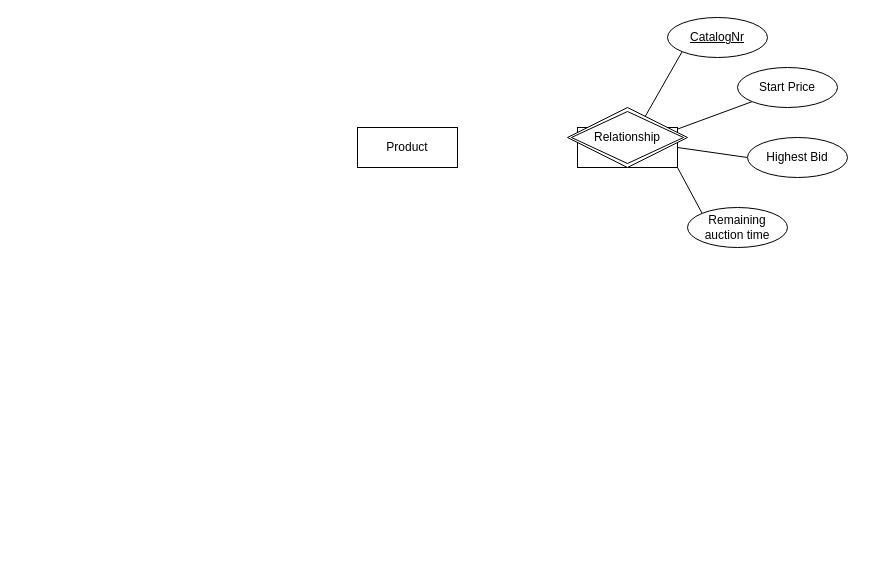
Above: page "Step 2 - The ERM" (2 of 4) of exercise3.drawio in KateKatze/07.03_SQL (draw.io), before the change. Source tidied: cells renumbered, new cells numbered last; positions are measured from the earlier drawing's top-left corner, leaving out a move shared by most shapes. Both pictures are drawn from the tidied source at 100%, with x=0, y=0 at pixel (357, 17).
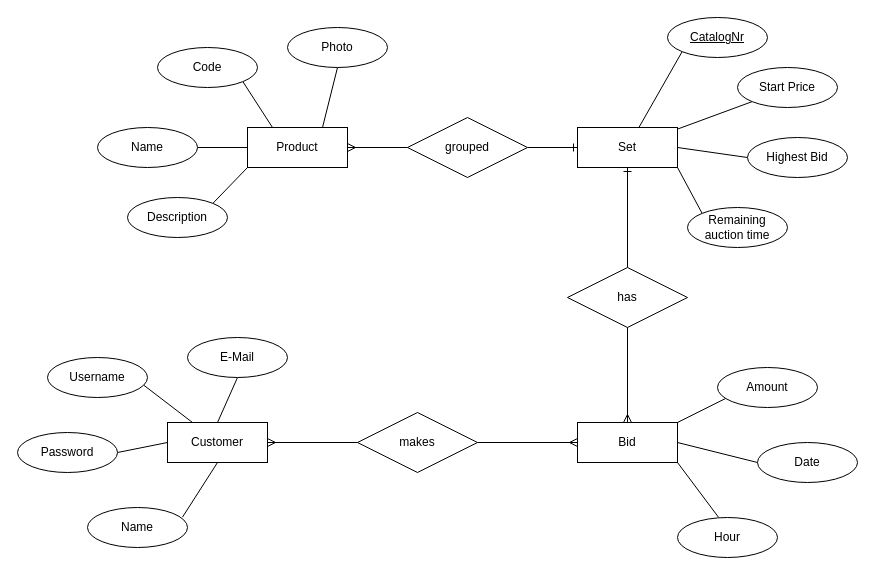
After the change.

Unchanged cells that the change refers to:
```xml
<mxCell id="2" value="Set" style="whiteSpace=wrap;html=1;align=center;" parent="1" vertex="1">
  <mxGeometry x="220" y="110" width="100" height="40" as="geometry" />
</mxCell>
```

Diff of the diagram source:
```diff
@@
+    <mxCell id="13" style="edgeStyle=none;html=1;endArrow=none;endFill=0;startArrow=ERone;startFill=0;" parent="1" edge="1" source="2" target="15">
+      <mxGeometry relative="1" as="geometry" />
+    </mxCell>
@@
+    <mxCell id="14" style="edgeStyle=none;html=1;endArrow=none;endFill=0;startArrow=ERmany;startFill=0;" parent="1" edge="1" source="11" target="15">
+      <mxGeometry relative="1" as="geometry" />
+    </mxCell>
     <mxCell id="11" value="Product" style="whiteSpace=wrap;html=1;align=center;" parent="1" vertex="1">
-      <mxGeometry y="110" width="100" height="40" as="geometry" />
+      <mxGeometry x="-110" y="110" width="100" height="40" as="geometry" />
     </mxCell>
-    <mxCell id="12" value="Relationship" style="shape=rhombus;double=1;perimeter=rhombusPerimeter;whiteSpace=wrap;html=1;align=center;" parent="1" vertex="1">
-      <mxGeometry x="210" y="90" width="120" height="60" as="geometry" />
-    </mxCell>
+    <mxCell id="15" value="grouped" style="shape=rhombus;perimeter=rhombusPerimeter;whiteSpace=wrap;html=1;align=center;" parent="1" vertex="1">
+      <mxGeometry x="50" y="100" width="120" height="60" as="geometry" />
+    </mxCell>
+    <mxCell id="16" style="edgeStyle=none;html=1;exitX=1;exitY=1;exitDx=0;exitDy=0;entryX=0.25;entryY=0;entryDx=0;entryDy=0;startArrow=none;startFill=0;endArrow=none;endFill=0;" parent="1" edge="1" source="17" target="11">
+      <mxGeometry relative="1" as="geometry" />
+    </mxCell>
+    <mxCell id="17" value="Code" style="ellipse;whiteSpace=wrap;html=1;align=center;" parent="1" vertex="1">
+      <mxGeometry x="-200" y="30" width="100" height="40" as="geometry" />
+    </mxCell>
+    <mxCell id="18" style="edgeStyle=none;html=1;exitX=1;exitY=0.5;exitDx=0;exitDy=0;entryX=0;entryY=0.5;entryDx=0;entryDy=0;startArrow=none;startFill=0;endArrow=none;endFill=0;" parent="1" edge="1" source="19" target="11">
+      <mxGeometry relative="1" as="geometry" />
+    </mxCell>
+    <mxCell id="19" value="Name" style="ellipse;whiteSpace=wrap;html=1;align=center;" parent="1" vertex="1">
+      <mxGeometry x="-260" y="110" width="100" height="40" as="geometry" />
+    </mxCell>
+    <mxCell id="20" style="edgeStyle=none;html=1;exitX=1;exitY=0;exitDx=0;exitDy=0;entryX=0;entryY=1;entryDx=0;entryDy=0;startArrow=none;startFill=0;endArrow=none;endFill=0;" parent="1" edge="1" source="21" target="11">
+      <mxGeometry relative="1" as="geometry" />
+    </mxCell>
+    <mxCell id="21" value="Description" style="ellipse;whiteSpace=wrap;html=1;align=center;" parent="1" vertex="1">
+      <mxGeometry x="-230" y="180" width="100" height="40" as="geometry" />
+    </mxCell>
+    <mxCell id="22" style="edgeStyle=none;html=1;exitX=0.5;exitY=1;exitDx=0;exitDy=0;entryX=0.75;entryY=0;entryDx=0;entryDy=0;startArrow=none;startFill=0;endArrow=none;endFill=0;" parent="1" edge="1" source="23" target="11">
+      <mxGeometry relative="1" as="geometry" />
+    </mxCell>
+    <mxCell id="23" value="Photo" style="ellipse;whiteSpace=wrap;html=1;align=center;" parent="1" vertex="1">
+      <mxGeometry x="-70" y="10" width="100" height="40" as="geometry" />
+    </mxCell>
+    <mxCell id="24" style="edgeStyle=none;html=1;entryX=0.5;entryY=1;entryDx=0;entryDy=0;startArrow=none;startFill=0;endArrow=ERone;endFill=0;" parent="1" edge="1" source="25" target="2">
+      <mxGeometry relative="1" as="geometry" />
+    </mxCell>
+    <mxCell id="25" value="has" style="shape=rhombus;perimeter=rhombusPerimeter;whiteSpace=wrap;html=1;align=center;" parent="1" vertex="1">
+      <mxGeometry x="210" y="250" width="120" height="60" as="geometry" />
+    </mxCell>
+    <mxCell id="26" style="edgeStyle=none;html=1;exitX=0.5;exitY=0;exitDx=0;exitDy=0;entryX=0.5;entryY=1;entryDx=0;entryDy=0;startArrow=ERmany;startFill=0;endArrow=none;endFill=0;" parent="1" edge="1" source="30" target="25">
+      <mxGeometry relative="1" as="geometry" />
+    </mxCell>
+    <mxCell id="27" style="edgeStyle=none;html=1;exitX=1;exitY=0;exitDx=0;exitDy=0;entryX=0.087;entryY=0.767;entryDx=0;entryDy=0;entryPerimeter=0;startArrow=none;startFill=0;endArrow=none;endFill=0;" parent="1" edge="1" source="30" target="31">
+      <mxGeometry relative="1" as="geometry" />
+    </mxCell>
+    <mxCell id="28" style="edgeStyle=none;html=1;exitX=1;exitY=0.5;exitDx=0;exitDy=0;entryX=0;entryY=0.5;entryDx=0;entryDy=0;startArrow=none;startFill=0;endArrow=none;endFill=0;" parent="1" edge="1" source="30" target="32">
+      <mxGeometry relative="1" as="geometry" />
+    </mxCell>
+    <mxCell id="29" style="edgeStyle=none;html=1;exitX=1;exitY=1;exitDx=0;exitDy=0;entryX=0.41;entryY=-0.006;entryDx=0;entryDy=0;entryPerimeter=0;startArrow=none;startFill=0;endArrow=none;endFill=0;" parent="1" edge="1" source="30" target="33">
+      <mxGeometry relative="1" as="geometry" />
+    </mxCell>
+    <mxCell id="30" value="Bid" style="whiteSpace=wrap;html=1;align=center;" parent="1" vertex="1">
+      <mxGeometry x="220" y="405" width="100" height="40" as="geometry" />
+    </mxCell>
+    <mxCell id="31" value="Amount" style="ellipse;whiteSpace=wrap;html=1;align=center;" parent="1" vertex="1">
+      <mxGeometry x="360" y="350" width="100" height="40" as="geometry" />
+    </mxCell>
+    <mxCell id="32" value="Date" style="ellipse;whiteSpace=wrap;html=1;align=center;" parent="1" vertex="1">
+      <mxGeometry x="400" y="425" width="100" height="40" as="geometry" />
+    </mxCell>
+    <mxCell id="33" value="Hour" style="ellipse;whiteSpace=wrap;html=1;align=center;" parent="1" vertex="1">
+      <mxGeometry x="320" y="500" width="100" height="40" as="geometry" />
+    </mxCell>
+    <mxCell id="34" style="edgeStyle=none;html=1;entryX=0;entryY=0.5;entryDx=0;entryDy=0;startArrow=none;startFill=0;endArrow=ERmany;endFill=0;" parent="1" edge="1" source="35" target="30">
+      <mxGeometry relative="1" as="geometry" />
+    </mxCell>
+    <mxCell id="35" value="makes" style="shape=rhombus;perimeter=rhombusPerimeter;whiteSpace=wrap;html=1;align=center;" parent="1" vertex="1">
+      <mxGeometry y="395" width="120" height="60" as="geometry" />
+    </mxCell>
+    <mxCell id="36" style="edgeStyle=none;html=1;startArrow=ERmany;startFill=0;endArrow=none;endFill=0;" parent="1" edge="1" source="41" target="35">
+      <mxGeometry relative="1" as="geometry" />
+    </mxCell>
+    <mxCell id="37" style="edgeStyle=none;html=1;exitX=0.5;exitY=0;exitDx=0;exitDy=0;entryX=0.5;entryY=1;entryDx=0;entryDy=0;startArrow=none;startFill=0;endArrow=none;endFill=0;" parent="1" edge="1" source="41" target="45">
+      <mxGeometry relative="1" as="geometry" />
+    </mxCell>
+    <mxCell id="38" style="edgeStyle=none;html=1;exitX=0.25;exitY=0;exitDx=0;exitDy=0;entryX=0.962;entryY=0.691;entryDx=0;entryDy=0;entryPerimeter=0;startArrow=none;startFill=0;endArrow=none;endFill=0;" parent="1" edge="1" source="41" target="42">
+      <mxGeometry relative="1" as="geometry" />
+    </mxCell>
+    <mxCell id="39" style="edgeStyle=none;html=1;exitX=0;exitY=0.5;exitDx=0;exitDy=0;entryX=1;entryY=0.5;entryDx=0;entryDy=0;startArrow=none;startFill=0;endArrow=none;endFill=0;" parent="1" edge="1" source="41" target="43">
+      <mxGeometry relative="1" as="geometry" />
+    </mxCell>
+    <mxCell id="40" style="edgeStyle=none;html=1;exitX=0.5;exitY=1;exitDx=0;exitDy=0;entryX=0.95;entryY=0.241;entryDx=0;entryDy=0;entryPerimeter=0;startArrow=none;startFill=0;endArrow=none;endFill=0;" parent="1" edge="1" source="41" target="44">
+      <mxGeometry relative="1" as="geometry" />
+    </mxCell>
+    <mxCell id="41" value="Customer" style="whiteSpace=wrap;html=1;align=center;" parent="1" vertex="1">
+      <mxGeometry x="-190" y="405" width="100" height="40" as="geometry" />
+    </mxCell>
+    <mxCell id="42" value="Username" style="ellipse;whiteSpace=wrap;html=1;align=center;" parent="1" vertex="1">
+      <mxGeometry x="-310" y="340" width="100" height="40" as="geometry" />
+    </mxCell>
+    <mxCell id="43" value="Password" style="ellipse;whiteSpace=wrap;html=1;align=center;" parent="1" vertex="1">
+      <mxGeometry x="-340" y="415" width="100" height="40" as="geometry" />
+    </mxCell>
+    <mxCell id="44" value="Name" style="ellipse;whiteSpace=wrap;html=1;align=center;" parent="1" vertex="1">
+      <mxGeometry x="-270" y="490" width="100" height="40" as="geometry" />
+    </mxCell>
+    <mxCell id="45" value="E-Mail" style="ellipse;whiteSpace=wrap;html=1;align=center;" parent="1" vertex="1">
+      <mxGeometry x="-170" y="320" width="100" height="40" as="geometry" />
+    </mxCell>
```
